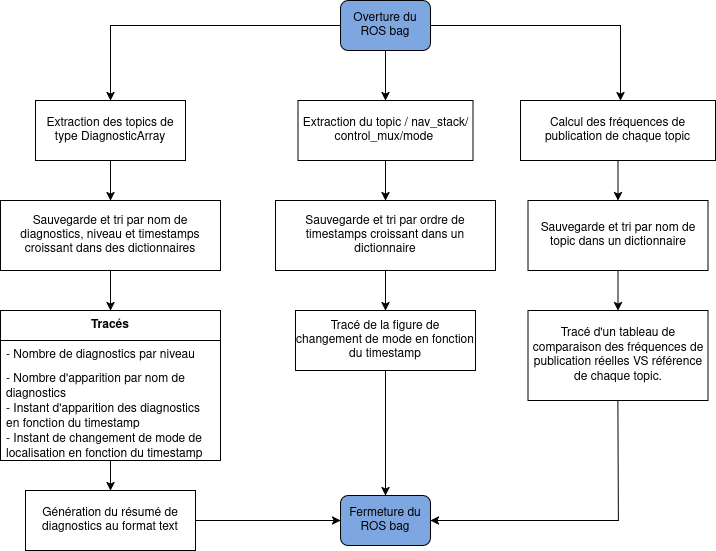
Above: Corps_rapport/org_diag_extractor.png in mbonengleonel/Rapport-stage-5A (draw.io), before the change. Source tidied: cells renumbered, new cells last; positions are measured from the earlier drawing's top-left corner, leaving out a move shared by most shapes.
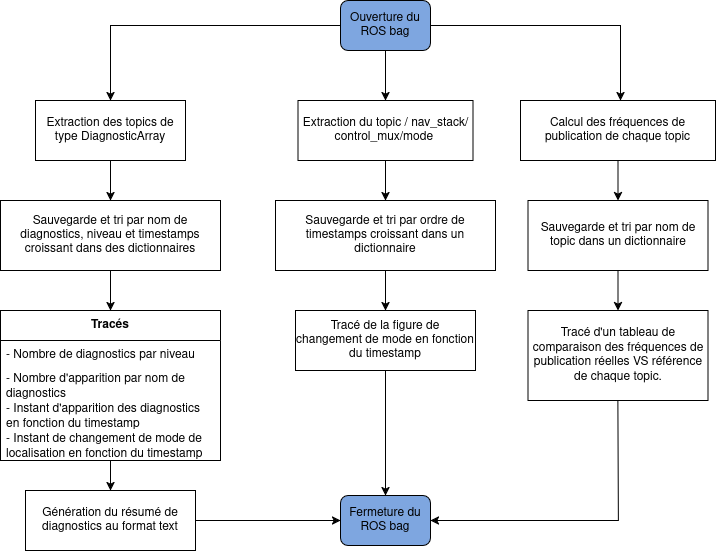
After the change.

The edit, as a diff of the source:
```diff
@@ -5,7 +5,7 @@
     <mxCell id="2" style="edgeStyle=orthogonalEdgeStyle;rounded=0;jettySize=auto;html=1;fontColor=light-dark(#000000,#000000);labelBackgroundColor=none;strokeColor=light-dark(#000000,#000000);" parent="1" edge="1" source="3" target="7">
       <mxGeometry relative="1" as="geometry" />
     </mxCell>
-    <mxCell id="3" value="Overture du ROS bag" style="rounded=1;whiteSpace=wrap;html=1;fontColor=light-dark(#000000,#000000);labelBackgroundColor=none;fillColor=light-dark(#FFFFFF,#7EA6E0);strokeColor=light-dark(#000000,#000000);" parent="1" vertex="1">
+    <mxCell id="3" value="Ouverture du ROS bag" style="rounded=1;whiteSpace=wrap;html=1;fontColor=light-dark(#000000,#000000);labelBackgroundColor=none;fillColor=light-dark(#FFFFFF,#7EA6E0);strokeColor=light-dark(#000000,#000000);" parent="1" vertex="1">
       <mxGeometry x="340" width="90" height="50" as="geometry" />
     </mxCell>
     <mxCell id="4" style="edgeStyle=orthogonalEdgeStyle;rounded=0;jettySize=auto;html=1;fontColor=light-dark(#000000,#000000);labelBackgroundColor=none;strokeColor=light-dark(#000000,#000000);" parent="1" edge="1" source="5" target="14">
```
